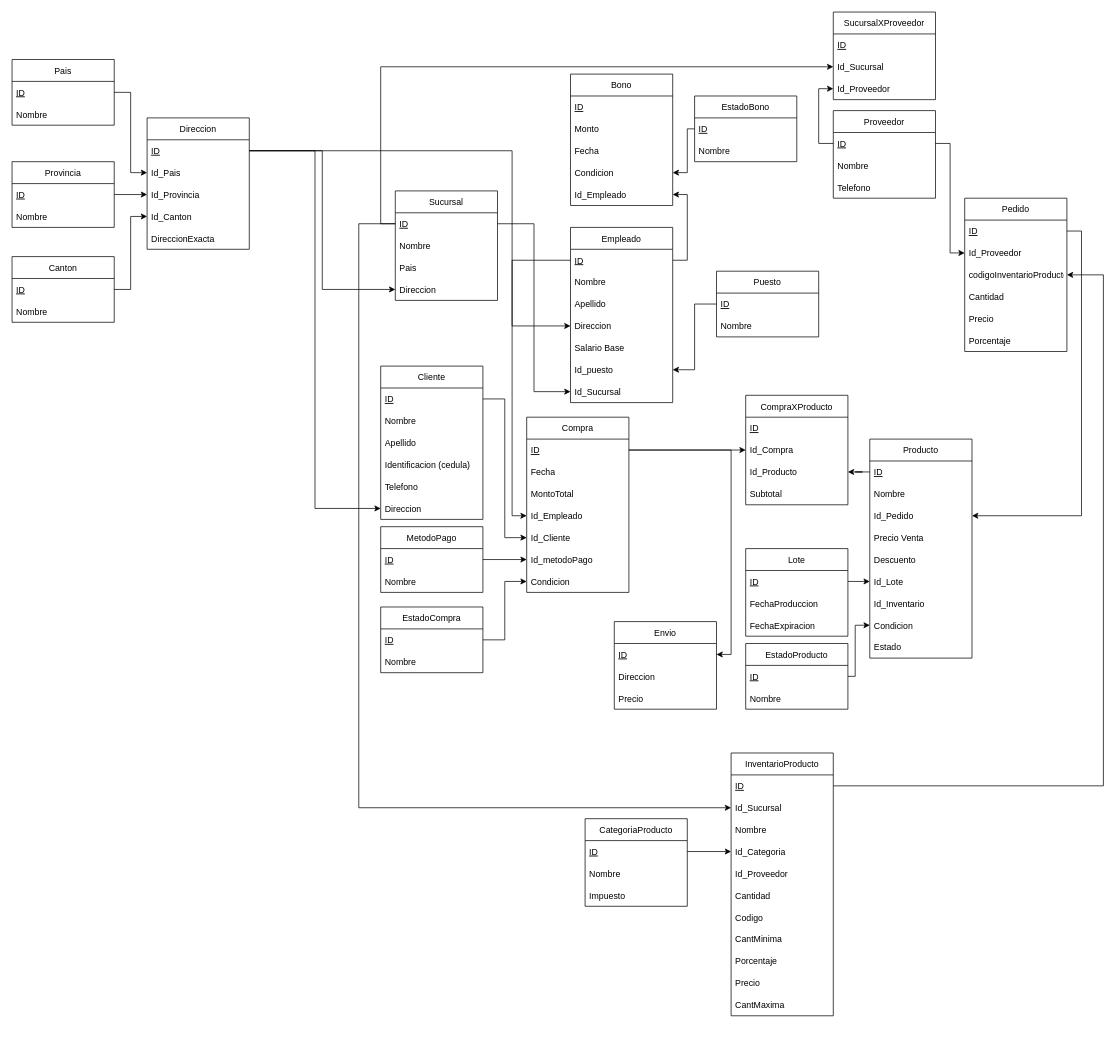
This is diagrama de tablas.drawio from Valhylian/Proyecto1-BD, a draw.io file, before an edit. Source tidied: cells renumbered, new cells numbered last; positions are measured from the earlier drawing's top-left corner, leaving out a move shared by most shapes. Both pictures are drawn from the tidied source at 73%, with x=0, y=0 at pixel (12, 12).
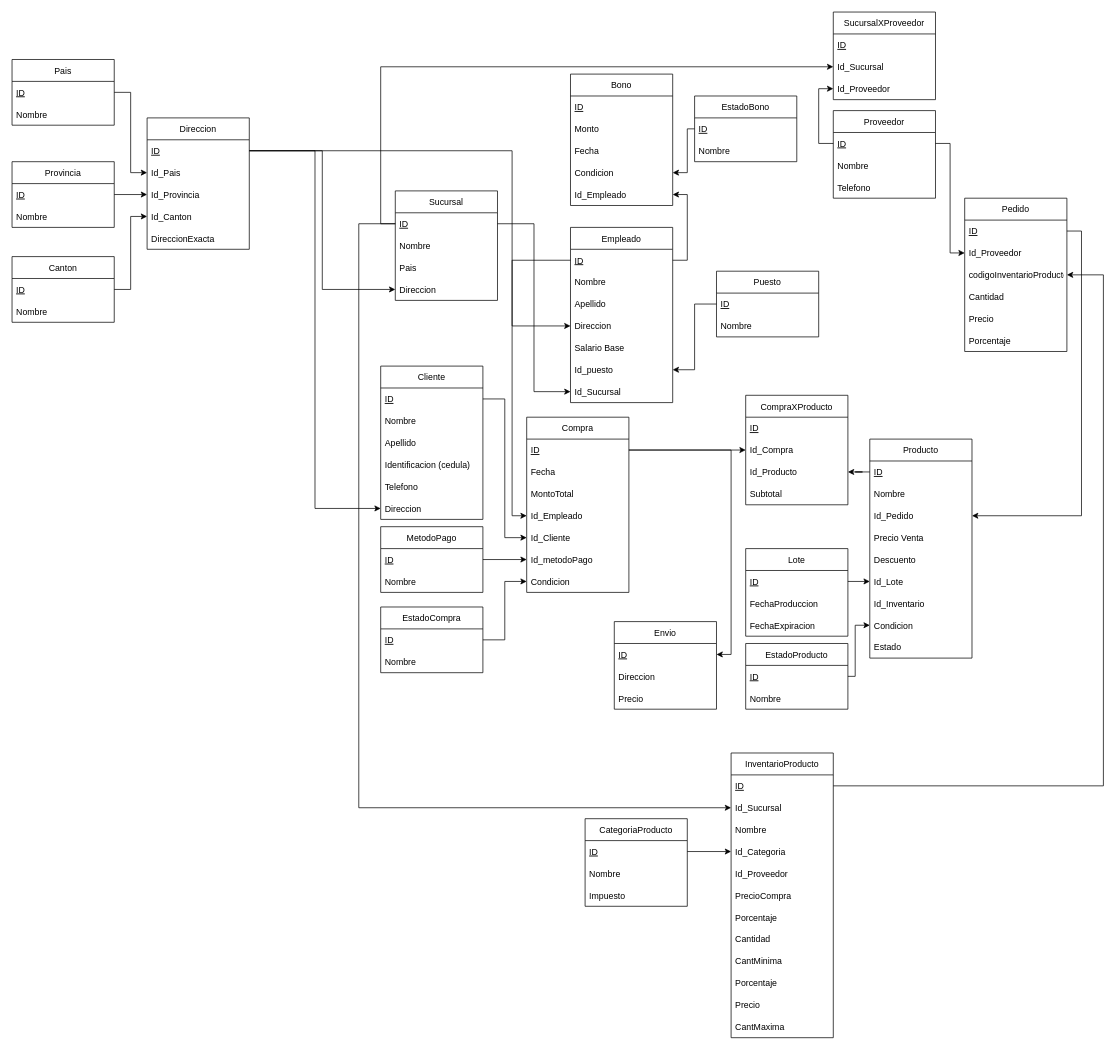
The same page after the edit.

Commit message:
Creo que listo

Change to the diagram source:
```diff
@@
     <mxCell id="92" value="InventarioProducto" style="swimlane;fontStyle=0;horizontal=1;startSize=30;" parent="1" vertex="1">
-      <mxGeometry x="985" y="1015" width="140" height="360" as="geometry" />
+      <mxGeometry x="985" y="1015" width="140" height="390" as="geometry" />
     </mxCell>
@@
+    <mxCell id="99" value="PrecioCompra" style="text;strokeColor=none;fillColor=none;align=left;verticalAlign=middle;spacingLeft=4;spacingRight=4;overflow=hidden;" parent="92" vertex="1">
+      <mxGeometry y="180" width="140" height="30" as="geometry" />
+    </mxCell>
+    <mxCell id="146" value="Porcentaje" style="text;strokeColor=none;fillColor=none;align=left;verticalAlign=middle;spacingLeft=4;spacingRight=4;overflow=hidden;" parent="92" vertex="1">
+      <mxGeometry y="210" width="140" height="30" as="geometry" />
+    </mxCell>
     <mxCell id="98" value="Cantidad" style="text;strokeColor=none;fillColor=none;align=left;verticalAlign=middle;spacingLeft=4;spacingRight=4;overflow=hidden;" parent="92" vertex="1">
-      <mxGeometry y="180" width="140" height="30" as="geometry" />
+      <mxGeometry y="240" width="140" height="30" as="geometry" />
     </mxCell>
-    <mxCell id="99" value="Codigo" style="text;strokeColor=none;fillColor=none;align=left;verticalAlign=middle;spacingLeft=4;spacingRight=4;overflow=hidden;" parent="92" vertex="1">
-      <mxGeometry y="210" width="140" height="30" as="geometry" />
-    </mxCell>
     <mxCell id="100" value="CantMinima" style="text;strokeColor=none;fillColor=none;align=left;verticalAlign=middle;spacingLeft=4;spacingRight=4;overflow=hidden;" parent="92" vertex="1">
-      <mxGeometry y="240" width="140" height="30" as="geometry" />
+      <mxGeometry y="270" width="140" height="30" as="geometry" />
     </mxCell>
     <mxCell id="101" value="Porcentaje" style="text;strokeColor=none;fillColor=none;align=left;verticalAlign=middle;spacingLeft=4;spacingRight=4;overflow=hidden;" parent="92" vertex="1">
-      <mxGeometry y="270" width="140" height="30" as="geometry" />
+      <mxGeometry y="300" width="140" height="30" as="geometry" />
     </mxCell>
     <mxCell id="102" value="Precio" style="text;strokeColor=none;fillColor=none;align=left;verticalAlign=middle;spacingLeft=4;spacingRight=4;overflow=hidden;" parent="92" vertex="1">
-      <mxGeometry y="300" width="140" height="30" as="geometry" />
+      <mxGeometry y="330" width="140" height="30" as="geometry" />
     </mxCell>
     <mxCell id="103" value="CantMaxima" style="text;strokeColor=none;fillColor=none;align=left;verticalAlign=middle;spacingLeft=4;spacingRight=4;overflow=hidden;" parent="92" vertex="1">
-      <mxGeometry y="330" width="140" height="30" as="geometry" />
+      <mxGeometry y="360" width="140" height="30" as="geometry" />
     </mxCell>
```
